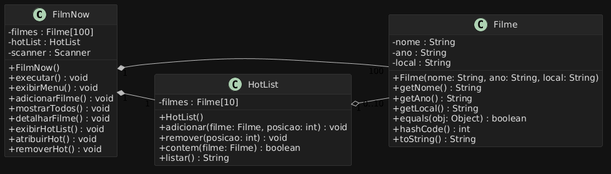
Above: docs/FilmNow_UML.png in juliovlpsp-commits/LAB03 (PlantUML), before the change.
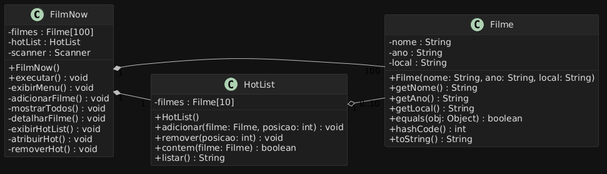
The same diagram one commit later.

What changed in the source:
```diff
@@ -9,6 +9,12 @@
 skinparam ClassAttributeFontColor #E0E0E0
 skinparam ClassStereotypeFontColor #90CAF9
 skinparam ClassHeaderBackgroundColor #252525
+skinparam NoteBackgroundColor #2C2C2C
+skinparam NoteBorderColor #444444
+skinparam NoteFontColor #E0E0E0
+skinparam PackageBackgroundColor #1E1E1E
+skinparam PackageBorderColor #3A3A3A
+skinparam PackageFontColor #E0E0E0
 skinparam classAttributeIconSize 0
 
 class FilmNow {
@@ -17,13 +23,13 @@
   - scanner : Scanner
   + FilmNow()
   + executar() : void
-  + exibirMenu() : void
-  + adicionarFilme() : void
-  + mostrarTodos() : void
-  + detalharFilme() : void
-  + exibirHotList() : void
-  + atribuirHot() : void
-  + removerHot() : void
+  - exibirMenu() : void
+  - adicionarFilme() : void
+  - mostrarTodos() : void
+  - detalharFilme() : void
+  - exibirHotList() : void
+  - atribuirHot() : void
+  - removerHot() : void
 }
 
 class Filme {
```
